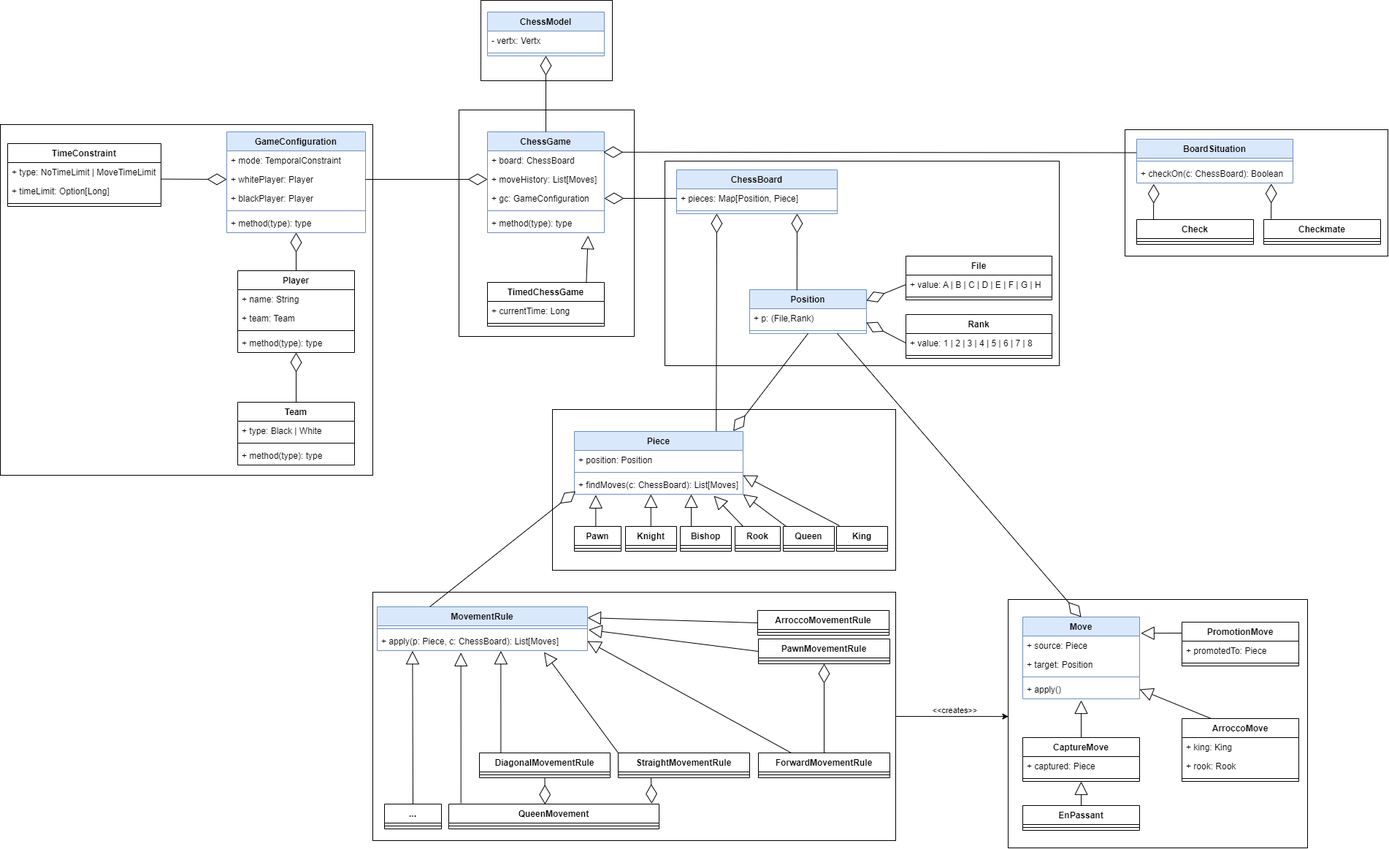
kelvin-olaiya/PPS-22-prolog-as-scalaDSL-demo keeps this draw.io diagram as docs/images/model-class-diagram.png. Above is the earlier version. Source tidied: cells renumbered, new cells last; positions are measured from the earlier drawing's top-left corner, leaving out a move shared by most shapes.
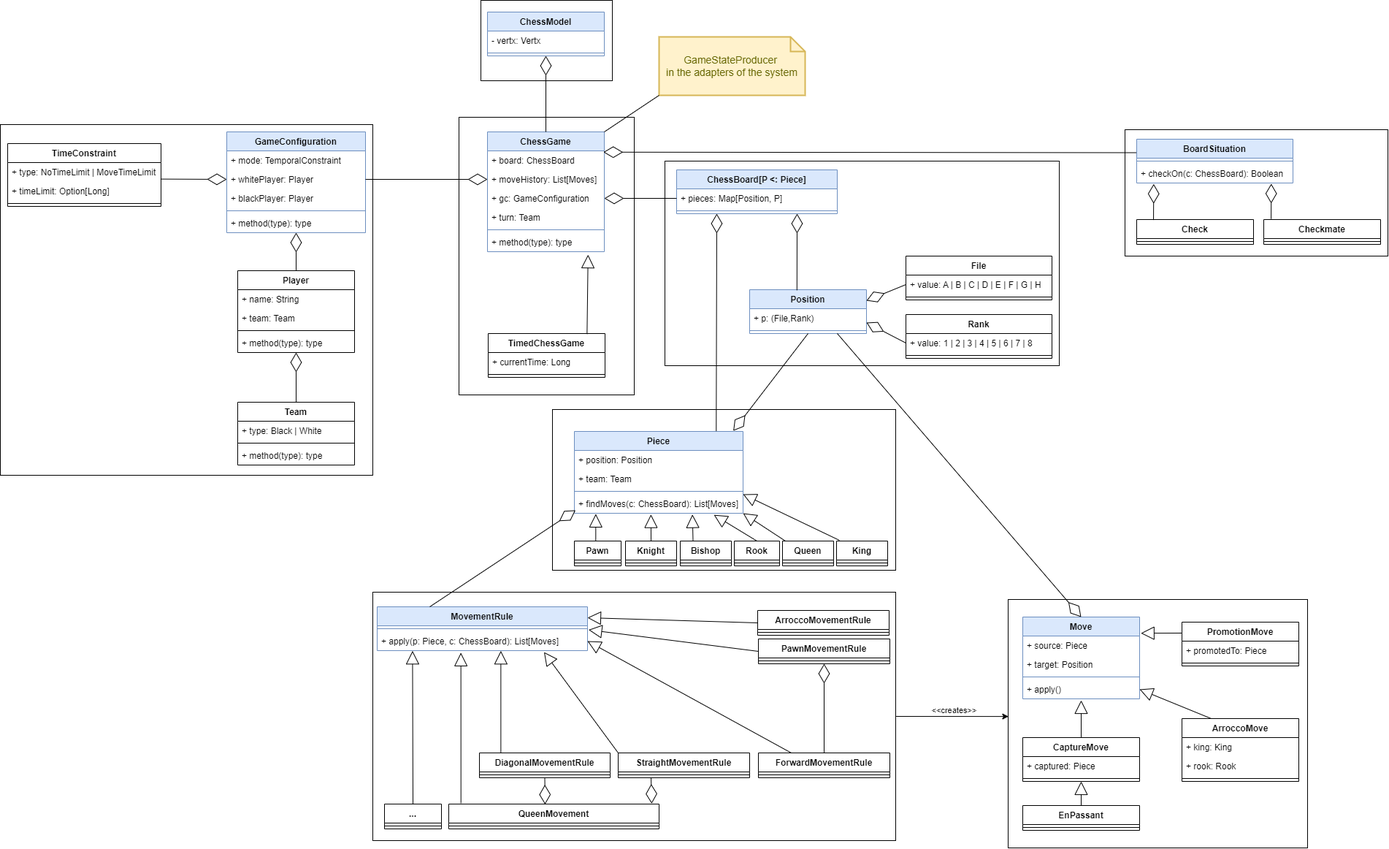
After the change.

Commit message:
fix(model): change pawn movement and team turn temporarily

The edit, as a diff of the source:
```diff
@@ -12,7 +12,7 @@
       <mxGeometry x="756" y="560" width="470" height="220" as="geometry" />
     </mxCell>
     <mxCell id="5" style="rounded=0;whiteSpace=wrap;html=1;" parent="1" vertex="1">
-      <mxGeometry x="628" y="150" width="240" height="310" as="geometry" />
+      <mxGeometry x="628" y="160" width="240" height="380" as="geometry" />
     </mxCell>
     <mxCell id="6" style="rounded=0;whiteSpace=wrap;html=1;" parent="1" vertex="1">
       <mxGeometry x="1380" y="820" width="410" height="340" as="geometry" />
@@ -59,29 +59,32 @@
     <mxCell id="20" value="+ method(type): type" style="text;strokeColor=none;fillColor=none;align=left;verticalAlign=top;spacingLeft=4;spacingRight=4;overflow=hidden;" parent="16" vertex="1">
       <mxGeometry y="86" width="160" height="26" as="geometry" />
     </mxCell>
-    <mxCell id="21" value="ChessBoard" style="swimlane;fontStyle=1;align=center;verticalAlign=top;horizontal=1;startSize=26;fillColor=#dae8fc;strokeColor=#6c8ebf;" parent="1" vertex="1">
+    <mxCell id="21" value="ChessBoard[P &lt;: Piece]" style="swimlane;fontStyle=1;align=center;verticalAlign=top;horizontal=1;startSize=26;fillColor=#dae8fc;strokeColor=#6c8ebf;" parent="1" vertex="1">
       <mxGeometry x="926" y="232" width="220" height="60" as="geometry" />
     </mxCell>
-    <mxCell id="22" value="+ pieces: Map[Position, Piece]" style="text;strokeColor=none;fillColor=none;align=left;verticalAlign=top;spacingLeft=4;spacingRight=4;overflow=hidden;points=[[0,0.5],[1,0.5]];portConstraint=eastwest;" parent="21" vertex="1">
+    <mxCell id="22" value="+ pieces: Map[Position, P]" style="text;strokeColor=none;fillColor=none;align=left;verticalAlign=top;spacingLeft=4;spacingRight=4;overflow=hidden;points=[[0,0.5],[1,0.5]];portConstraint=eastwest;" parent="21" vertex="1">
       <mxGeometry y="26" width="220" height="26" as="geometry" />
     </mxCell>
     <mxCell id="23" style="line;strokeWidth=1;fillColor=none;align=left;verticalAlign=middle;spacingTop=-1;spacingLeft=3;spacingRight=3;labelPosition=right;strokeColor=inherit;" parent="21" vertex="1">
       <mxGeometry y="52" width="220" height="8" as="geometry" />
     </mxCell>
     <mxCell id="24" value="Piece" style="swimlane;fontStyle=1;align=center;verticalAlign=top;horizontal=1;startSize=26;fillColor=#dae8fc;strokeColor=#6c8ebf;" parent="1" vertex="1">
-      <mxGeometry x="786" y="590" width="231" height="86" as="geometry" />
+      <mxGeometry x="786" y="590" width="231" height="112" as="geometry" />
     </mxCell>
     <mxCell id="25" value="+ position: Position" style="text;strokeColor=none;fillColor=none;align=left;verticalAlign=top;spacingLeft=4;spacingRight=4;overflow=hidden;" parent="24" vertex="1">
       <mxGeometry y="26" width="231" height="26" as="geometry" />
     </mxCell>
+    <mxCell id="149" value="+ team: Team" style="text;strokeColor=none;fillColor=none;align=left;verticalAlign=top;spacingLeft=4;spacingRight=4;overflow=hidden;" parent="24" vertex="1">
+      <mxGeometry y="52" width="231" height="26" as="geometry" />
+    </mxCell>
     <mxCell id="26" style="line;strokeWidth=1;fillColor=none;align=left;verticalAlign=middle;spacingTop=-1;spacingLeft=3;spacingRight=3;labelPosition=right;points=[];portConstraint=eastwest;strokeColor=inherit;" parent="24" vertex="1">
-      <mxGeometry y="52" width="231" height="8" as="geometry" />
+      <mxGeometry y="78" width="231" height="8" as="geometry" />
     </mxCell>
     <mxCell id="27" value="+ findMoves(c: ChessBoard): List[Moves]" style="text;strokeColor=none;fillColor=none;align=left;verticalAlign=top;spacingLeft=4;spacingRight=4;overflow=hidden;points=[[0,0.5],[1,0.5]];portConstraint=eastwest;" parent="24" vertex="1">
-      <mxGeometry y="60" width="231" height="26" as="geometry" />
+      <mxGeometry y="86" width="231" height="26" as="geometry" />
     </mxCell>
     <mxCell id="28" value="Rook" style="swimlane;fontStyle=1;align=center;verticalAlign=top;horizontal=1;startSize=26;" parent="1" vertex="1">
-      <mxGeometry x="1006" y="720" width="62" height="34" as="geometry" />
+      <mxGeometry x="1005" y="740" width="62" height="34" as="geometry" />
     </mxCell>
     <mxCell id="29" style="line;strokeWidth=1;fillColor=none;align=left;verticalAlign=middle;spacingTop=-1;spacingLeft=3;spacingRight=3;labelPosition=right;strokeColor=inherit;" parent="28" vertex="1">
       <mxGeometry y="26" width="62" height="8" as="geometry" />
@@ -174,7 +177,7 @@
       <mxGeometry x="-0.2" y="-1" relative="1" as="geometry" />
     </mxCell>
     <mxCell id="59" value="ChessGame" style="swimlane;fontStyle=1;align=center;verticalAlign=top;horizontal=1;startSize=26;fillColor=#dae8fc;strokeColor=#6c8ebf;" parent="1" vertex="1">
-      <mxGeometry x="667" y="180" width="160" height="138" as="geometry" />
+      <mxGeometry x="667" y="180" width="160" height="164" as="geometry" />
     </mxCell>
     <mxCell id="60" value="+ board: ChessBoard" style="text;strokeColor=none;fillColor=none;align=left;verticalAlign=top;spacingLeft=4;spacingRight=4;overflow=hidden;points=[[0,0.5],[1,0.5]];portConstraint=eastwest;" parent="59" vertex="1">
       <mxGeometry y="26" width="160" height="26" as="geometry" />
@@ -185,14 +188,17 @@
     <mxCell id="62" value="+ gc: GameConfiguration" style="text;strokeColor=none;fillColor=none;align=left;verticalAlign=top;spacingLeft=4;spacingRight=4;overflow=hidden;points=[[0,0.5],[1,0.5]];portConstraint=eastwest;" parent="59" vertex="1">
       <mxGeometry y="78" width="160" height="26" as="geometry" />
     </mxCell>
+    <mxCell id="150" value="+ turn: Team" style="text;strokeColor=none;fillColor=none;align=left;verticalAlign=top;spacingLeft=4;spacingRight=4;overflow=hidden;" parent="59" vertex="1">
+      <mxGeometry y="104" width="160" height="26" as="geometry" />
+    </mxCell>
     <mxCell id="63" style="line;strokeWidth=1;fillColor=none;align=left;verticalAlign=middle;spacingTop=-1;spacingLeft=3;spacingRight=3;labelPosition=right;strokeColor=inherit;" parent="59" vertex="1">
-      <mxGeometry y="104" width="160" height="8" as="geometry" />
+      <mxGeometry y="130" width="160" height="8" as="geometry" />
     </mxCell>
     <mxCell id="64" value="+ method(type): type" style="text;strokeColor=none;fillColor=none;align=left;verticalAlign=top;spacingLeft=4;spacingRight=4;overflow=hidden;points=[[0,0.5],[1,0.5]];portConstraint=eastwest;" parent="59" vertex="1">
-      <mxGeometry y="112" width="160" height="26" as="geometry" />
+      <mxGeometry y="138" width="160" height="26" as="geometry" />
     </mxCell>
     <mxCell id="65" value="TimedChessGame" style="swimlane;fontStyle=1;align=center;verticalAlign=top;horizontal=1;startSize=26;" parent="1" vertex="1">
-      <mxGeometry x="667" y="386" width="160" height="60" as="geometry" />
+      <mxGeometry x="668" y="456" width="160" height="60" as="geometry" />
     </mxCell>
     <mxCell id="66" value="+ currentTime: Long" style="text;strokeColor=none;fillColor=none;align=left;verticalAlign=top;spacingLeft=4;spacingRight=4;overflow=hidden;" parent="65" vertex="1">
       <mxGeometry y="26" width="160" height="26" as="geometry" />
@@ -204,7 +210,7 @@
       <mxGeometry x="-0.2" y="-1" relative="1" as="geometry" />
     </mxCell>
     <mxCell id="69" value="Pawn" style="swimlane;fontStyle=1;align=center;verticalAlign=top;horizontal=1;startSize=26;" parent="1" vertex="1">
-      <mxGeometry x="786" y="720" width="64" height="34" as="geometry" />
+      <mxGeometry x="786" y="740" width="64" height="34" as="geometry" />
     </mxCell>
     <mxCell id="70" style="line;strokeWidth=1;fillColor=none;align=left;verticalAlign=middle;spacingTop=-1;spacingLeft=3;spacingRight=3;labelPosition=right;strokeColor=inherit;" parent="69" vertex="1">
       <mxGeometry y="26" width="64" height="8" as="geometry" />
@@ -401,25 +407,25 @@
       <mxGeometry x="-0.31" relative="1" as="geometry" />
     </mxCell>
     <mxCell id="134" value="Queen" style="swimlane;fontStyle=1;align=center;verticalAlign=top;horizontal=1;startSize=26;" parent="1" vertex="1">
-      <mxGeometry x="1072" y="720" width="70" height="34" as="geometry" />
+      <mxGeometry x="1071" y="740" width="70" height="34" as="geometry" />
     </mxCell>
     <mxCell id="135" style="line;strokeWidth=1;fillColor=none;align=left;verticalAlign=middle;spacingTop=-1;spacingLeft=3;spacingRight=3;labelPosition=right;strokeColor=inherit;" parent="134" vertex="1">
       <mxGeometry y="26" width="70" height="8" as="geometry" />
     </mxCell>
     <mxCell id="136" value="King" style="swimlane;fontStyle=1;align=center;verticalAlign=top;horizontal=1;startSize=26;" parent="1" vertex="1">
-      <mxGeometry x="1145" y="720" width="70" height="34" as="geometry" />
+      <mxGeometry x="1145" y="740" width="70" height="34" as="geometry" />
     </mxCell>
     <mxCell id="137" style="line;strokeWidth=1;fillColor=none;align=left;verticalAlign=middle;spacingTop=-1;spacingLeft=3;spacingRight=3;labelPosition=right;strokeColor=inherit;" parent="136" vertex="1">
       <mxGeometry y="26" width="70" height="8" as="geometry" />
     </mxCell>
     <mxCell id="138" value="Bishop" style="swimlane;fontStyle=1;align=center;verticalAlign=top;horizontal=1;startSize=26;" parent="1" vertex="1">
-      <mxGeometry x="931" y="720" width="70" height="34" as="geometry" />
+      <mxGeometry x="931" y="740" width="70" height="34" as="geometry" />
     </mxCell>
     <mxCell id="139" style="line;strokeWidth=1;fillColor=none;align=left;verticalAlign=middle;spacingTop=-1;spacingLeft=3;spacingRight=3;labelPosition=right;strokeColor=inherit;" parent="138" vertex="1">
       <mxGeometry y="26" width="70" height="8" as="geometry" />
     </mxCell>
     <mxCell id="140" value="Knight" style="swimlane;fontStyle=1;align=center;verticalAlign=top;horizontal=1;startSize=26;" parent="1" vertex="1">
-      <mxGeometry x="856" y="720" width="70" height="34" as="geometry" />
+      <mxGeometry x="856" y="740" width="70" height="34" as="geometry" />
     </mxCell>
     <mxCell id="141" style="line;strokeWidth=1;fillColor=none;align=left;verticalAlign=middle;spacingTop=-1;spacingLeft=3;spacingRight=3;labelPosition=right;strokeColor=inherit;" parent="140" vertex="1">
       <mxGeometry y="26" width="70" height="8" as="geometry" />
@@ -427,22 +433,14 @@
     <mxCell id="142" style="endArrow=block;endSize=16;endFill=0;html=1;rounded=0;exitX=0.458;exitY=0.009;exitDx=0;exitDy=0;entryX=0.127;entryY=1.034;entryDx=0;entryDy=0;entryPerimeter=0;exitPerimeter=0;" parent="1" edge="1" source="69" target="27">
       <mxGeometry x="-0.2" y="-1" relative="1" as="geometry" />
     </mxCell>
-    <mxCell id="143" style="endArrow=block;endSize=16;endFill=0;html=1;rounded=0;exitX=0.458;exitY=0.009;exitDx=0;exitDy=0;entryX=0.127;entryY=1.034;entryDx=0;entryDy=0;entryPerimeter=0;exitPerimeter=0;" parent="1" edge="1">
-      <mxGeometry x="-0.2" y="-1" relative="1" as="geometry">
-        <mxPoint x="890.8" y="719.4" as="sourcePoint" />
-        <mxPoint x="890.8" y="676" as="targetPoint" />
-      </mxGeometry>
+    <mxCell id="143" style="endArrow=block;endSize=16;endFill=0;html=1;rounded=0;exitX=0.5;exitY=0;exitDx=0;exitDy=0;entryX=0.454;entryY=1.062;entryDx=0;entryDy=0;entryPerimeter=0;" parent="1" edge="1" source="140" target="27">
+      <mxGeometry x="-0.2" y="-1" relative="1" as="geometry" />
     </mxCell>
-    <mxCell id="144" style="endArrow=block;endSize=16;endFill=0;html=1;rounded=0;exitX=0.458;exitY=0.009;exitDx=0;exitDy=0;entryX=0.127;entryY=1.034;entryDx=0;entryDy=0;entryPerimeter=0;exitPerimeter=0;" parent="1" edge="1">
-      <mxGeometry x="-0.2" y="-1" relative="1" as="geometry">
-        <mxPoint x="946" y="719.4" as="sourcePoint" />
-        <mxPoint x="946" y="676" as="targetPoint" />
-      </mxGeometry>
+    <mxCell id="144" style="endArrow=block;endSize=16;endFill=0;html=1;rounded=0;exitX=0.25;exitY=0;exitDx=0;exitDy=0;entryX=0.7;entryY=1.062;entryDx=0;entryDy=0;entryPerimeter=0;" parent="1" edge="1" source="138" target="27">
+      <mxGeometry x="-0.2" y="-1" relative="1" as="geometry" />
     </mxCell>
-    <mxCell id="145" style="endArrow=block;endSize=16;endFill=0;html=1;rounded=0;exitX=0.458;exitY=0.009;exitDx=0;exitDy=0;entryX=0.827;entryY=1.083;entryDx=0;entryDy=0;entryPerimeter=0;exitPerimeter=0;" parent="1" edge="1" target="27">
-      <mxGeometry x="-0.2" y="-1" relative="1" as="geometry">
-        <mxPoint x="1017" y="720" as="sourcePoint" />
-      </mxGeometry>
+    <mxCell id="145" style="endArrow=block;endSize=16;endFill=0;html=1;rounded=0;exitX=0.5;exitY=0;exitDx=0;exitDy=0;entryX=0.827;entryY=1.083;entryDx=0;entryDy=0;entryPerimeter=0;" parent="1" edge="1" source="28" target="27">
+      <mxGeometry x="-0.2" y="-1" relative="1" as="geometry" />
     </mxCell>
     <mxCell id="146" style="endArrow=block;endSize=16;endFill=0;html=1;rounded=0;exitX=0.057;exitY=0;exitDx=0;exitDy=0;entryX=1;entryY=1;entryDx=0;entryDy=0;exitPerimeter=0;" parent="1" edge="1" source="134" target="24">
       <mxGeometry x="-0.2" y="-1" relative="1" as="geometry" />
@@ -453,5 +451,11 @@
     <mxCell id="148" style="endArrow=diamondThin;endFill=0;endSize=24;html=1;rounded=0;entryX=0.942;entryY=-0.007;entryDx=0;entryDy=0;exitX=0.5;exitY=1;exitDx=0;exitDy=0;entryPerimeter=0;" parent="1" edge="1" source="73" target="24">
       <mxGeometry relative="1" as="geometry" />
     </mxCell>
+    <mxCell id="151" value="GameStateProducer&amp;nbsp;&lt;br&gt;in the adapters of the system" style="shape=note;strokeWidth=2;fontSize=14;size=20;whiteSpace=wrap;html=1;fillColor=#fff2cc;strokeColor=#d6b656;fontColor=#666600;" parent="1" vertex="1">
+      <mxGeometry x="902" y="50" width="200" height="80" as="geometry" />
+    </mxCell>
+    <mxCell id="152" style="endArrow=none;html=1;rounded=0;exitX=1;exitY=0;exitDx=0;exitDy=0;entryX=0;entryY=1;entryDx=0;entryDy=0;entryPerimeter=0;endFill=0;" parent="1" edge="1" source="59" target="151">
+      <mxGeometry relative="1" as="geometry" />
+    </mxCell>
   </root>
 </mxGraphModel>
```
